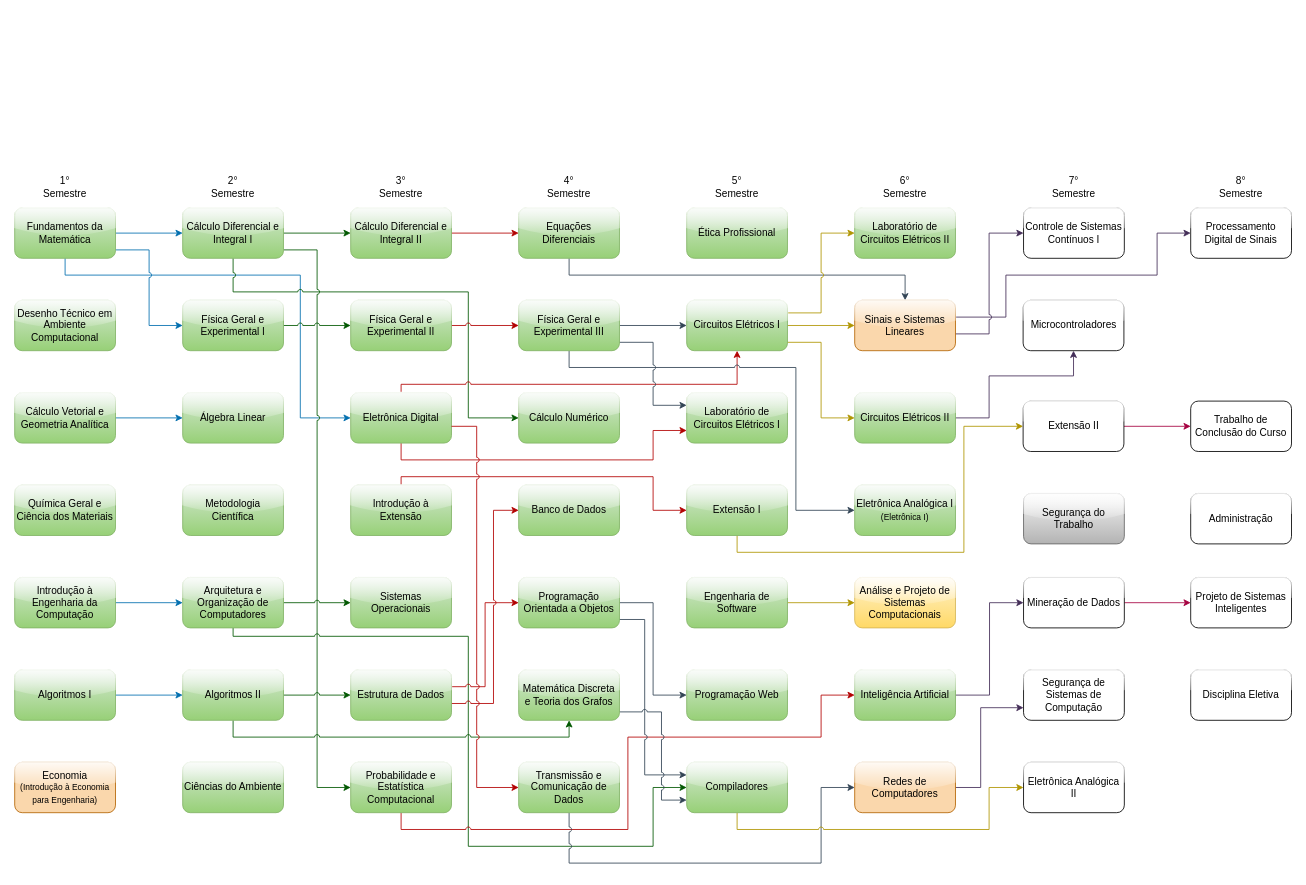
Above: fluxograma-disciplinas.drawio in mateus-s-a/IFMT_Eng_Computacao (draw.io), before the change. Source tidied: cells renumbered, new cells numbered last; positions are measured from the earlier drawing's top-left corner, leaving out a move shared by most shapes. Both pictures are drawn from the tidied source at 84%, with x=0, y=0 at pixel (14, 174).
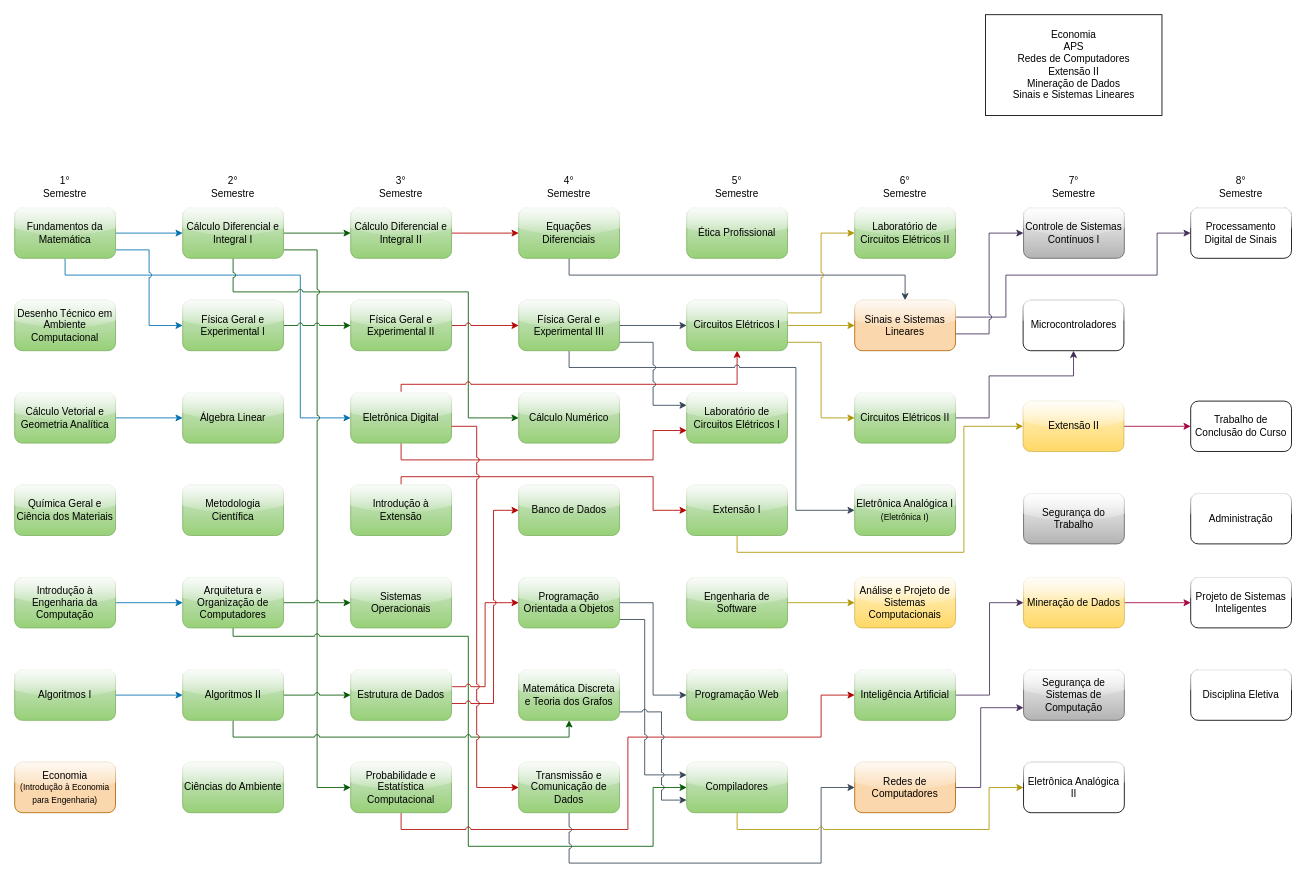
The same diagram, later.

Unchanged cells that the change refers to:
```xml
<mxCell id="100" style="group;" parent="1" vertex="1">
  <mxGeometry x="1200.5" width="120.5" height="760" as="geometry" />
</mxCell>
```

What changed in the source:
```diff
@@
-    <mxCell id="101" value="Controle de Sistemas Contínuos I" style="rounded=1;whiteSpace=wrap;html=1;glass=1;" parent="100" vertex="1">
+    <mxCell id="101" value="Controle de Sistemas Contínuos I" style="rounded=1;whiteSpace=wrap;html=1;glass=1;fillColor=#f5f5f5;strokeColor=#666666;gradientColor=#b3b3b3;" parent="100" vertex="1">
       <mxGeometry x="0.5" y="40" width="120" height="60" as="geometry" />
     </mxCell>
@@
-    <mxCell id="103" value="Extensão II" style="rounded=1;whiteSpace=wrap;html=1;glass=1;" parent="100" vertex="1">
+    <mxCell id="103" value="Extensão II" style="rounded=1;whiteSpace=wrap;html=1;glass=1;fillColor=#fff2cc;gradientColor=#ffd966;strokeColor=#d6b656;" parent="100" vertex="1">
       <mxGeometry y="270" width="120" height="60" as="geometry" />
     </mxCell>
@@
-    <mxCell id="105" value="Mineração de Dados" style="rounded=1;whiteSpace=wrap;html=1;glass=1;" parent="100" vertex="1">
+    <mxCell id="105" value="Mineração de Dados" style="rounded=1;whiteSpace=wrap;html=1;glass=1;fillColor=#fff2cc;gradientColor=#ffd966;strokeColor=#d6b656;" parent="100" vertex="1">
       <mxGeometry x="0.5" y="480" width="120" height="60" as="geometry" />
     </mxCell>
-    <mxCell id="106" value="Segurança de Sistemas de Computação" style="rounded=1;whiteSpace=wrap;html=1;glass=1;" parent="100" vertex="1">
+    <mxCell id="106" value="Segurança de Sistemas de Computação" style="rounded=1;whiteSpace=wrap;html=1;glass=1;fillColor=#f5f5f5;gradientColor=#b3b3b3;strokeColor=#666666;" parent="100" vertex="1">
       <mxGeometry x="0.5" y="590" width="120" height="60" as="geometry" />
     </mxCell>
@@
+    <mxCell id="116" value="&lt;div&gt;Economia&lt;/div&gt;&lt;div&gt;APS&lt;/div&gt;&lt;div&gt;Redes de Computadores&lt;/div&gt;&lt;div&gt;Extensão II&lt;/div&gt;&lt;div&gt;Mineração de Dados&lt;/div&gt;&lt;div&gt;Sinais e Sistemas Lineares&lt;/div&gt;" style="whiteSpace=wrap;html=1;" parent="1" vertex="1">
+      <mxGeometry x="1155.8" y="-190" width="210" height="120" as="geometry" />
+    </mxCell>
```
